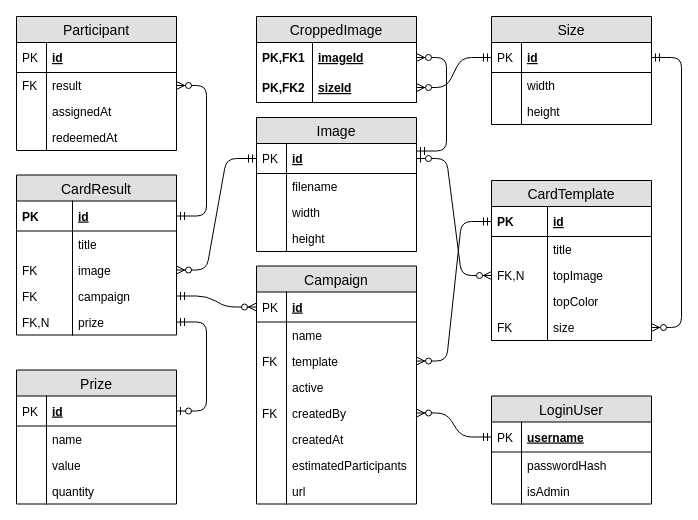
janjosef777/RivalProject keeps this draw.io diagram as md_resources/RivalProjectERD.drawio. Above is the earlier version. Source tidied: cells renumbered, new cells numbered last; positions are measured from the earlier drawing's top-left corner, leaving out a move shared by most shapes. Both pictures are drawn from the tidied source at 100%, with x=0, y=0 at pixel (16, 16).
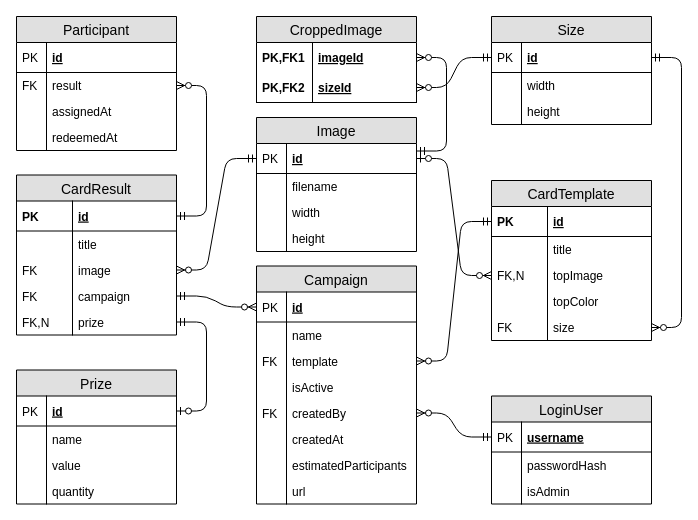
The same diagram, later.

Commit message:
Update ERD - rename active -> isActive

The change refers to these unchanged cells:
```xml
<mxCell id="76" value="Campaign" style="swimlane;fontStyle=0;horizontal=1;startSize=26;fillColor=#e0e0e0;swimlaneFillColor=#ffffff;align=center;fontSize=14;" parent="1" vertex="1">
  <mxGeometry x="240" y="249.5" width="160" height="238" as="geometry" />
</mxCell>
```

Diff of the diagram source:
```diff
@@
-    <mxCell id="83" value="active" style="shape=partialRectangle;top=0;left=0;right=0;bottom=0;align=left;verticalAlign=top;fillColor=none;spacingLeft=34;spacingRight=4;overflow=hidden;fontSize=12;" parent="76" vertex="1">
+    <mxCell id="83" value="isActive" style="shape=partialRectangle;top=0;left=0;right=0;bottom=0;align=left;verticalAlign=top;fillColor=none;spacingLeft=34;spacingRight=4;overflow=hidden;fontSize=12;" parent="76" vertex="1">
       <mxGeometry y="108" width="160" height="26" as="geometry" />
     </mxCell>
```
